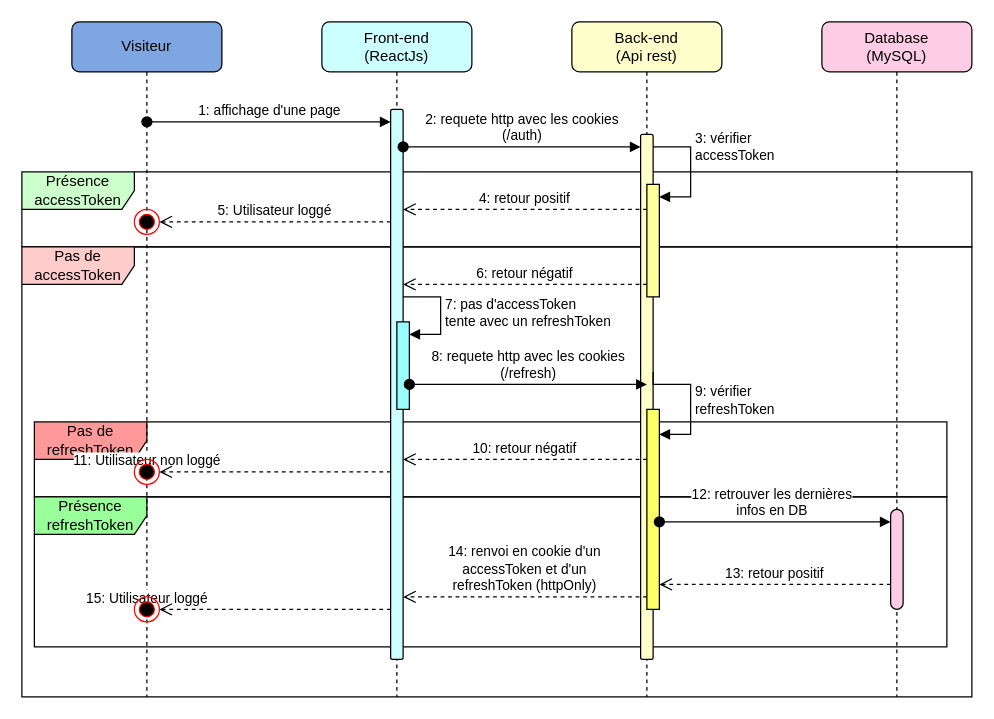
The draw.io diagram docs/Présentation/Diagrammes/SequenceFiles/Auth.drawio in MaxenceAll/frontendPccompare, before the edit. Source tidied: cells renumbered, new cells numbered last; positions are measured from the earlier drawing's top-left corner, leaving out a move shared by most shapes. Both pictures are drawn from the tidied source at 125%, with x=0, y=0 at pixel (21, 21).
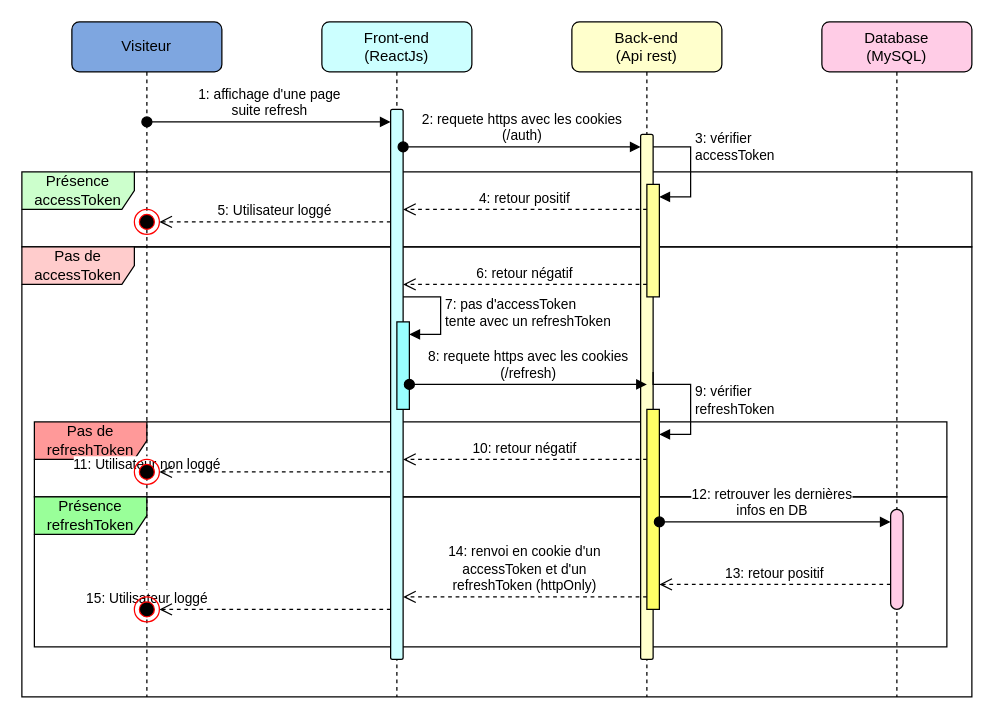
After the change.

The change refers to these unchanged cells:
```xml
<mxCell id="8" style="html=1;points=[];perimeter=orthogonalPerimeter;outlineConnect=0;targetShapes=umlLifeline;portConstraint=eastwest;newEdgeStyle={&quot;edgeStyle&quot;:&quot;elbowEdgeStyle&quot;,&quot;elbow&quot;:&quot;vertical&quot;,&quot;curved&quot;:0,&quot;rounded&quot;:0};fillColor=#CCFFFF;rounded=1;" parent="7" vertex="1">
  <mxGeometry x="55" y="70" width="10" height="440" as="geometry" />
</mxCell>
<mxCell id="10" style="html=1;points=[];perimeter=orthogonalPerimeter;outlineConnect=0;targetShapes=umlLifeline;portConstraint=eastwest;newEdgeStyle={&quot;edgeStyle&quot;:&quot;elbowEdgeStyle&quot;,&quot;elbow&quot;:&quot;vertical&quot;,&quot;curved&quot;:0,&quot;rounded&quot;:0};fillColor=#FFFFCC;rounded=1;glass=0;" parent="9" vertex="1">
  <mxGeometry x="55" y="90" width="10" height="420" as="geometry" />
</mxCell>
<mxCell id="29" style="ellipse;html=1;shape=endState;fillColor=#000000;strokeColor=#ff0000;" parent="1" vertex="1">
  <mxGeometry x="90" y="350" width="20" height="20" as="geometry" />
</mxCell>
<mxCell id="35" style="ellipse;html=1;shape=endState;fillColor=#000000;strokeColor=#ff0000;" parent="1" vertex="1">
  <mxGeometry x="90" y="460" width="20" height="20" as="geometry" />
</mxCell>
```

The edit, as a diff of the source:
```diff
@@
-    <mxCell id="15" value="1: affichage d'une page" style="html=1;verticalAlign=bottom;startArrow=oval;startFill=1;endArrow=block;startSize=8;edgeStyle=elbowEdgeStyle;elbow=vertical;curved=0;rounded=0;" parent="1" edge="1" target="8">
+    <mxCell id="15" value="1: affichage d'une page&lt;br&gt;suite refresh" style="html=1;verticalAlign=bottom;startArrow=oval;startFill=1;endArrow=block;startSize=8;edgeStyle=elbowEdgeStyle;elbow=vertical;curved=0;rounded=0;" parent="1" edge="1" target="8">
       <mxGeometry relative="1" as="geometry">
         <mxPoint x="100" y="80" as="sourcePoint" />
       </mxGeometry>
     </mxCell>
-    <mxCell id="16" value="2: requete http avec les cookies&lt;br&gt;(/auth)" style="html=1;verticalAlign=bottom;startArrow=oval;startFill=1;endArrow=block;startSize=8;edgeStyle=elbowEdgeStyle;elbow=vertical;curved=0;rounded=0;" parent="1" edge="1" source="8" target="10">
+    <mxCell id="16" value="2: requete https avec les cookies&lt;br&gt;(/auth)" style="html=1;verticalAlign=bottom;startArrow=oval;startFill=1;endArrow=block;startSize=8;edgeStyle=elbowEdgeStyle;elbow=vertical;curved=0;rounded=0;" parent="1" edge="1" source="8" target="10">
       <mxGeometry relative="1" as="geometry">
         <Array as="points">
           <mxPoint x="450" y="100" />
         </Array>
       </mxGeometry>
     </mxCell>
@@
-    <mxCell id="23" value="8: requete http avec les cookies&lt;br&gt;(/refresh)" style="html=1;verticalAlign=bottom;startArrow=oval;startFill=1;endArrow=block;startSize=8;edgeStyle=elbowEdgeStyle;elbow=vertical;curved=0;rounded=0;" parent="1" edge="1">
+    <mxCell id="23" value="8: requete https avec les cookies&lt;br&gt;(/refresh)" style="html=1;verticalAlign=bottom;startArrow=oval;startFill=1;endArrow=block;startSize=8;edgeStyle=elbowEdgeStyle;elbow=vertical;curved=0;rounded=0;" parent="1" edge="1">
       <mxGeometry relative="1" as="geometry">
         <mxPoint x="310" y="290" as="sourcePoint" />
         <mxPoint x="500" y="290" as="targetPoint" />
         <Array as="points">
           <mxPoint x="455" y="290" />
         </Array>
       </mxGeometry>
     </mxCell>
@@
     <mxCell id="27" value="11: Utilisateur non loggé" style="html=1;verticalAlign=bottom;endArrow=open;dashed=1;endSize=8;edgeStyle=elbowEdgeStyle;elbow=vertical;curved=0;rounded=0;entryX=1;entryY=0.5;entryDx=0;entryDy=0;" parent="1" edge="1" source="29">
-      <mxGeometry x="1" y="-100" relative="1" as="geometry">
+      <mxGeometry y="103" relative="1" as="geometry">
         <mxPoint x="100" y="370" as="targetPoint" />
-        <mxPoint y="-10" as="offset" />
+        <mxPoint y="-7" as="offset" />
       </mxGeometry>
     </mxCell>
@@
     <mxCell id="33" value="15: Utilisateur loggé" style="html=1;verticalAlign=bottom;endArrow=open;dashed=1;endSize=8;edgeStyle=elbowEdgeStyle;elbow=vertical;curved=0;rounded=0;entryX=1;entryY=0.5;entryDx=0;entryDy=0;" parent="1" edge="1" source="35">
-      <mxGeometry x="1" y="-100" relative="1" as="geometry">
+      <mxGeometry x="1" y="104" relative="1" as="geometry">
         <mxPoint x="100" y="470" as="targetPoint" />
       </mxGeometry>
     </mxCell>
```
